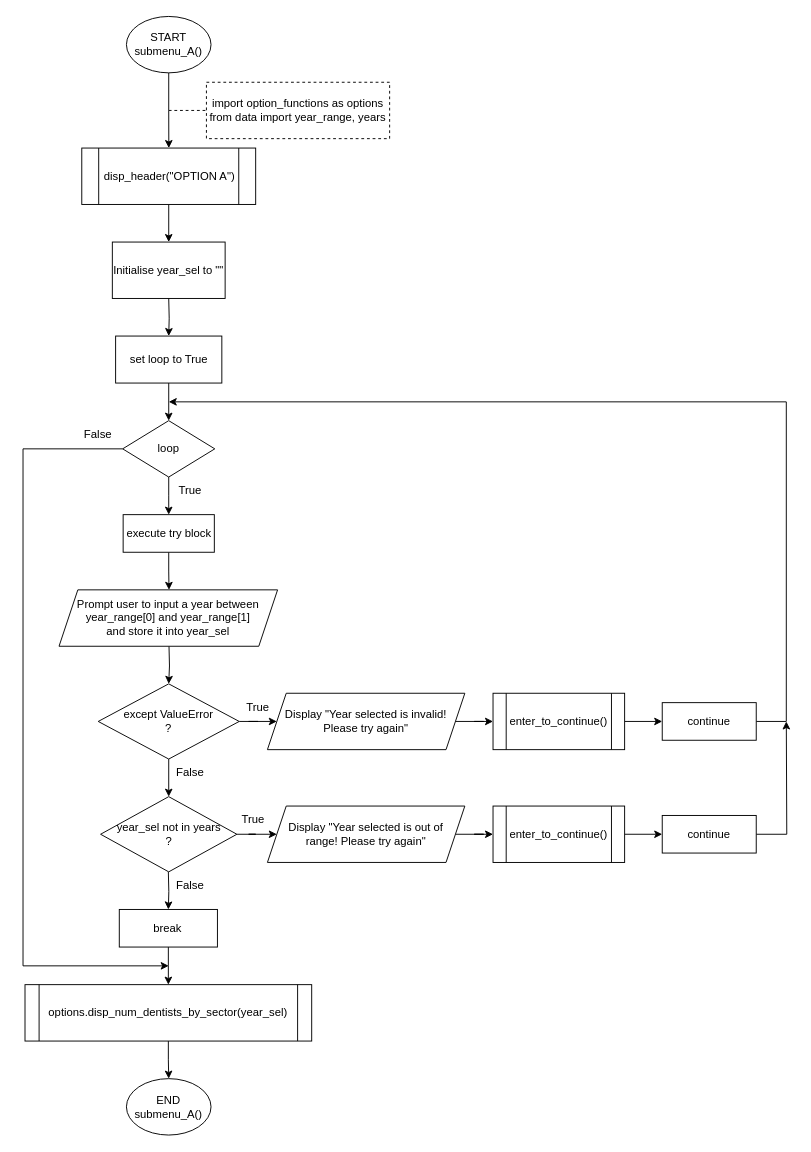
The draw.io diagram Flow Charts/submenu_A.drawio in SNGTech/CPPSProject, before the edit. Source tidied: cells renumbered, new cells numbered last; positions are measured from the earlier drawing's top-left corner, leaving out a move shared by most shapes. Both pictures are drawn from the tidied source at 94%, with x=0, y=0 at pixel (23, 16).
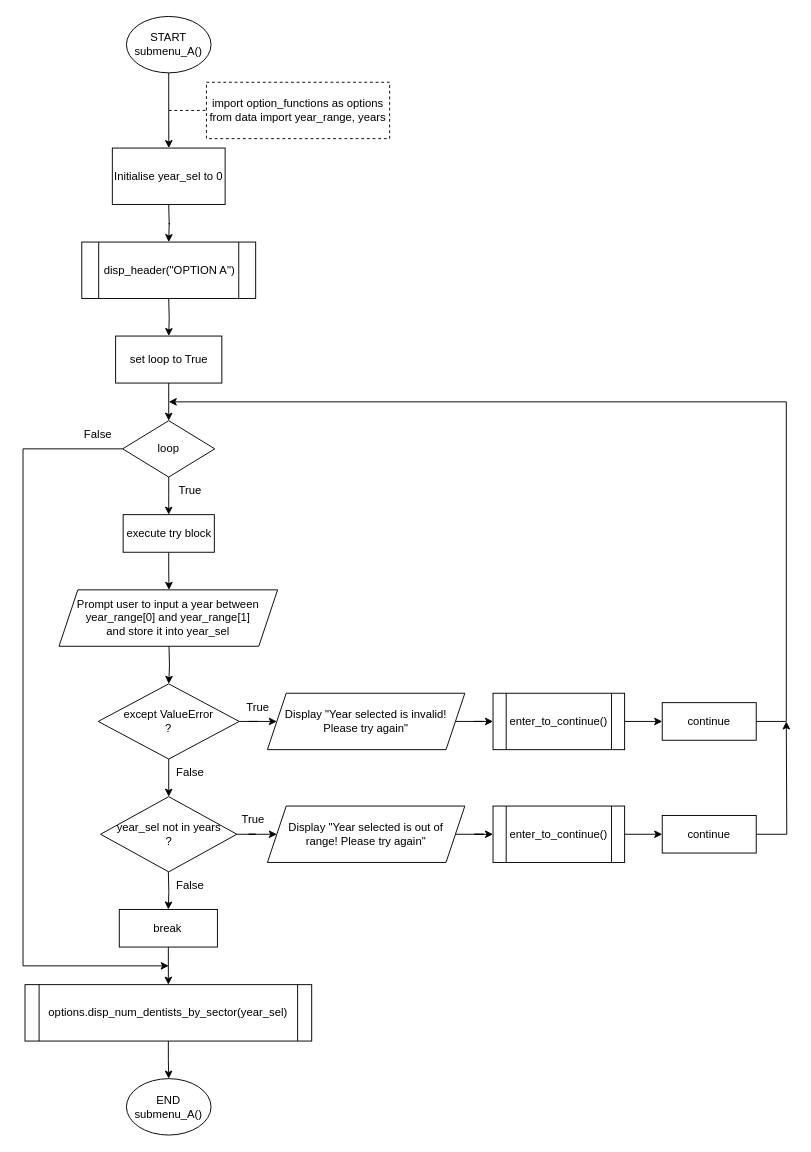
The same diagram, later.

What changed in the source:
```diff
@@
-    <mxCell id="6" value="Initialise year_sel to &quot;&quot;" style="rounded=0;whiteSpace=wrap;html=1;" parent="1" vertex="1">
-      <mxGeometry x="95" y="240" width="120" height="60" as="geometry" />
-    </mxCell>
-    <mxCell id="7" style="edgeStyle=orthogonalEdgeStyle;rounded=0;jettySize=auto;html=1;" parent="1" edge="1" source="8" target="6">
-      <mxGeometry relative="1" as="geometry" />
+    <mxCell id="7" style="edgeStyle=orthogonalEdgeStyle;rounded=0;orthogonalLoop=1;jettySize=auto;html=1;" parent="1" edge="1">
+      <mxGeometry relative="1" as="geometry">
+        <mxPoint x="155" y="200" as="sourcePoint" />
+        <mxPoint x="155" y="240" as="targetPoint" />
+      </mxGeometry>
     </mxCell>
-    <mxCell id="8" value="disp_header(&quot;OPTION A&quot;)" style="shape=process;whiteSpace=wrap;html=1;backgroundOutline=1;size=0.0945945945945946;" parent="1" vertex="1">
-      <mxGeometry x="62.5" y="140" width="185" height="60" as="geometry" />
-    </mxCell>
@@
+    <mxCell id="48" value="Initialise year_sel to 0" style="rounded=0;whiteSpace=wrap;html=1;" parent="1" vertex="1">
+      <mxGeometry x="95" y="140" width="120" height="60" as="geometry" />
+    </mxCell>
+    <mxCell id="8" value="disp_header(&quot;OPTION A&quot;)" style="shape=process;whiteSpace=wrap;html=1;backgroundOutline=1;size=0.0945945945945946;" parent="1" vertex="1">
+      <mxGeometry x="62.5" y="240" width="185" height="60" as="geometry" />
+    </mxCell>
```
